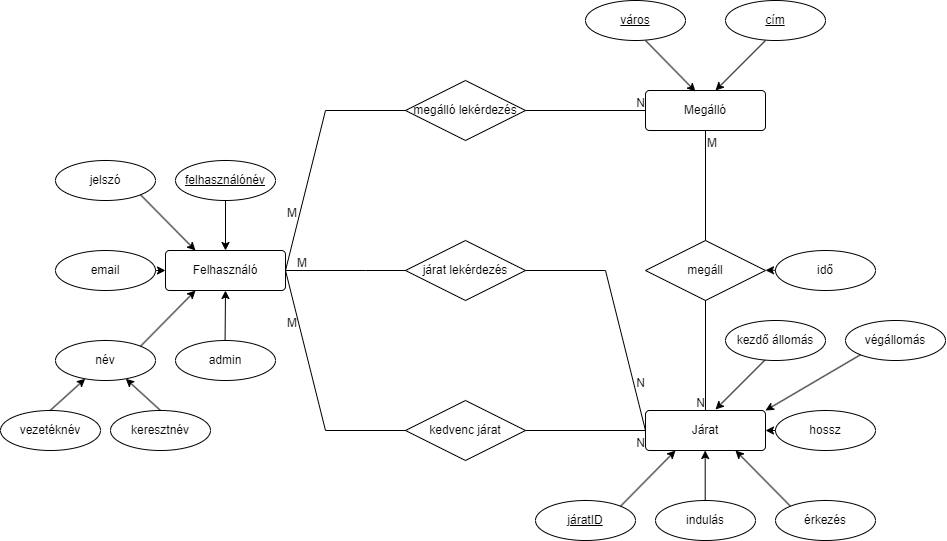
makoadampeter/vonatprojekt keeps this draw.io diagram as EK_diagram2.png. Above is the earlier version. Source tidied: cells renumbered, new cells last; positions are measured from the earlier drawing's top-left corner, leaving out a move shared by most shapes.
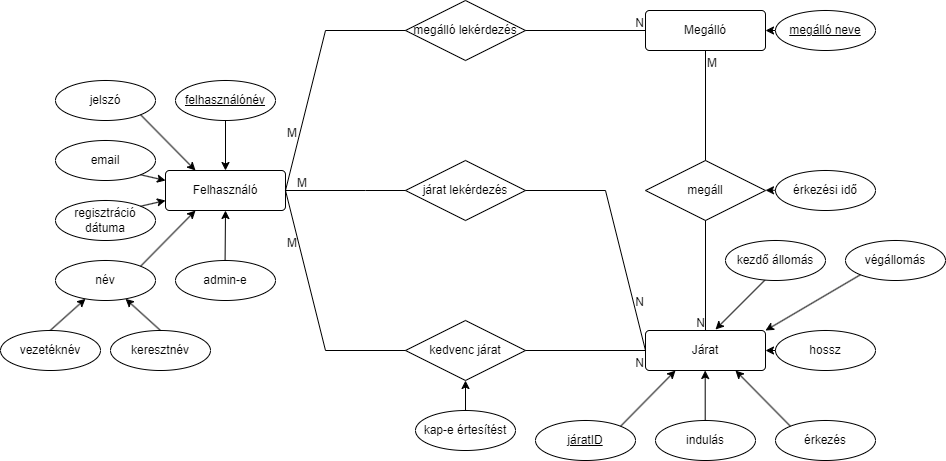
Above is the later version.

Commit message:
EK Diagram harmadik verzió

Diff of the diagram source:
```diff
@@ -23,29 +23,19 @@
     <mxCell id="8" value="járatID" style="ellipse;whiteSpace=wrap;html=1;align=center;fontStyle=4;" parent="1" vertex="1">
       <mxGeometry x="535" y="500" width="100" height="40" as="geometry" />
     </mxCell>
-    <mxCell id="9" value="cím" style="ellipse;whiteSpace=wrap;html=1;align=center;fontStyle=4;" parent="1" vertex="1">
-      <mxGeometry x="725" width="100" height="40" as="geometry" />
-    </mxCell>
-    <mxCell id="10" style="endArrow=classic;html=1;rounded=0;" parent="1" edge="1">
-      <mxGeometry relative="1" as="geometry">
-        <mxPoint x="765" y="40" as="sourcePoint" />
-        <mxPoint x="715" y="90" as="targetPoint" />
-      </mxGeometry>
-    </mxCell>
-    <mxCell id="11" style="endArrow=classic;html=1;rounded=0;" parent="1" edge="1">
+    <mxCell id="11" style="endArrow=classic;html=1;rounded=0;exitX=0;exitY=0.5;exitDx=0;exitDy=0;" parent="1" edge="1" source="12">
       <mxGeometry relative="1" as="geometry">
-        <mxPoint x="645" y="40" as="sourcePoint" />
-        <mxPoint x="695" y="91" as="targetPoint" />
+        <mxPoint x="765" y="110" as="targetPoint" />
       </mxGeometry>
     </mxCell>
-    <mxCell id="12" value="város" style="ellipse;whiteSpace=wrap;html=1;align=center;fontStyle=4;" parent="1" vertex="1">
-      <mxGeometry x="585" width="100" height="40" as="geometry" />
+    <mxCell id="12" value="megálló neve" style="ellipse;whiteSpace=wrap;html=1;align=center;fontStyle=4;" parent="1" vertex="1">
+      <mxGeometry x="775" y="90" width="100" height="40" as="geometry" />
     </mxCell>
     <mxCell id="13" value="jelszó" style="ellipse;whiteSpace=wrap;html=1;align=center;" parent="1" vertex="1">
       <mxGeometry x="55" y="160" width="100" height="40" as="geometry" />
     </mxCell>
     <mxCell id="14" value="email" style="ellipse;whiteSpace=wrap;html=1;align=center;" parent="1" vertex="1">
-      <mxGeometry x="55" y="250" width="100" height="40" as="geometry" />
+      <mxGeometry x="55" y="220" width="100" height="40" as="geometry" />
     </mxCell>
     <mxCell id="15" style="endArrow=classic;html=1;rounded=0;" parent="1" edge="1" target="3">
       <mxGeometry relative="1" as="geometry">
@@ -73,7 +63,7 @@
     <mxCell id="21" style="endArrow=classic;html=1;rounded=0;entryX=0.75;entryY=1;entryDx=0;entryDy=0;exitX=0;exitY=0;exitDx=0;exitDy=0;" parent="1" edge="1" source="7" target="4">
       <mxGeometry relative="1" as="geometry" />
     </mxCell>
-    <mxCell id="22" value="admin" style="ellipse;whiteSpace=wrap;html=1;align=center;" parent="1" vertex="1">
+    <mxCell id="22" value="admin-e" style="ellipse;whiteSpace=wrap;html=1;align=center;" parent="1" vertex="1">
       <mxGeometry x="175" y="340" width="100" height="40" as="geometry" />
     </mxCell>
     <mxCell id="23" style="endArrow=classic;html=1;rounded=0;entryX=0.5;entryY=1;entryDx=0;entryDy=0;" parent="1" edge="1" target="2">
@@ -84,10 +74,8 @@
     <mxCell id="24" style="endArrow=classic;html=1;rounded=0;entryX=0.25;entryY=1;entryDx=0;entryDy=0;exitX=1;exitY=0;exitDx=0;exitDy=0;" parent="1" edge="1" source="3" target="2">
       <mxGeometry relative="1" as="geometry" />
     </mxCell>
-    <mxCell id="25" style="endArrow=classic;html=1;rounded=0;entryX=0;entryY=0.5;entryDx=0;entryDy=0;" parent="1" edge="1" target="2">
-      <mxGeometry relative="1" as="geometry">
-        <mxPoint x="155" y="270" as="sourcePoint" />
-      </mxGeometry>
+    <mxCell id="25" style="endArrow=classic;html=1;rounded=0;entryX=0;entryY=0.25;entryDx=0;entryDy=0;exitX=1;exitY=1;exitDx=0;exitDy=0;" parent="1" edge="1" source="14" target="2">
+      <mxGeometry relative="1" as="geometry" />
     </mxCell>
     <mxCell id="26" style="endArrow=classic;html=1;rounded=0;entryX=0.25;entryY=0;entryDx=0;entryDy=0;exitX=1;exitY=1;exitDx=0;exitDy=0;" parent="1" edge="1" source="13" target="2">
       <mxGeometry relative="1" as="geometry" />
@@ -168,7 +156,7 @@
     <mxCell id="42" value="járat lekérdezés" style="shape=rhombus;perimeter=rhombusPerimeter;whiteSpace=wrap;html=1;align=center;" parent="1" vertex="1">
       <mxGeometry x="405" y="240" width="120" height="60" as="geometry" />
     </mxCell>
-    <mxCell id="43" value="idő" style="ellipse;whiteSpace=wrap;html=1;align=center;" parent="1" vertex="1">
+    <mxCell id="43" value="érkezési idő" style="ellipse;whiteSpace=wrap;html=1;align=center;" parent="1" vertex="1">
       <mxGeometry x="775" y="250" width="100" height="40" as="geometry" />
     </mxCell>
     <mxCell id="44" style="endArrow=classic;html=1;rounded=0;" parent="1" edge="1">
@@ -206,5 +194,17 @@
         <mxPoint x="775" y="430" as="sourcePoint" />
       </mxGeometry>
     </mxCell>
+    <mxCell id="53" value="regisztráció dátuma" style="ellipse;whiteSpace=wrap;html=1;align=center;" parent="1" vertex="1">
+      <mxGeometry x="55" y="280" width="100" height="40" as="geometry" />
+    </mxCell>
+    <mxCell id="54" style="endArrow=classic;html=1;rounded=0;entryX=0;entryY=0.75;entryDx=0;entryDy=0;exitX=1;exitY=0;exitDx=0;exitDy=0;" parent="1" edge="1" source="53" target="2">
+      <mxGeometry relative="1" as="geometry" />
+    </mxCell>
+    <mxCell id="55" value="kap-e értesítést" style="ellipse;whiteSpace=wrap;html=1;align=center;" parent="1" vertex="1">
+      <mxGeometry x="415" y="490" width="100" height="40" as="geometry" />
+    </mxCell>
+    <mxCell id="56" style="endArrow=classic;html=1;rounded=0;entryX=0.5;entryY=1;entryDx=0;entryDy=0;exitX=0.5;exitY=0;exitDx=0;exitDy=0;" parent="1" edge="1" source="55" target="34">
+      <mxGeometry relative="1" as="geometry" />
+    </mxCell>
   </root>
 </mxGraphModel>
```
